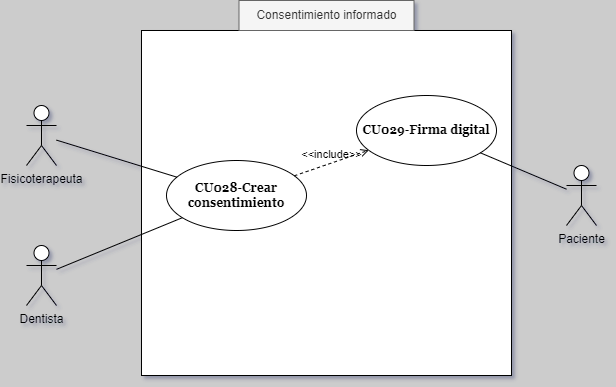
Above: DiagraCasosDeUso/Consentimiento.png in CH3MOO/SpecialityX (draw.io), before the change. Source tidied: cells renumbered, new cells last; positions are measured from the earlier drawing's top-left corner, leaving out a move shared by most shapes. Its diagram source:
```xml
<mxGraphModel background="#CCCCCC" shadow="1">
  <root>
    <mxCell id="0" />
    <mxCell id="1" parent="0" />
    <mxCell id="2" style="rounded=0;whiteSpace=wrap;html=1;" parent="1" vertex="1">
      <mxGeometry x="115" y="30" width="370" height="345" as="geometry" />
    </mxCell>
    <mxCell id="3" value="Dentista" style="shape=umlActor;verticalLabelPosition=bottom;verticalAlign=top;html=1;" parent="1" vertex="1">
      <mxGeometry y="245" width="30" height="60" as="geometry" />
    </mxCell>
    <mxCell id="4" value="CU028-Crear consentimiento" style="ellipse;whiteSpace=wrap;html=1;fontFamily=Georgia;fontStyle=1;" parent="1" vertex="1">
      <mxGeometry x="140" y="160" width="140" height="70" as="geometry" />
    </mxCell>
    <mxCell id="5" style="endArrow=none;html=1;rounded=0;" parent="1" edge="1" source="3" target="4">
      <mxGeometry relative="1" as="geometry" />
    </mxCell>
    <mxCell id="6" value="Consentimiento informado" style="text;html=1;align=center;verticalAlign=middle;whiteSpace=wrap;rounded=0;fillColor=#f5f5f5;strokeColor=#666666;fontColor=#333333;" parent="1" vertex="1">
      <mxGeometry x="212.5" width="175" height="30" as="geometry" />
    </mxCell>
    <mxCell id="7" value="Paciente" style="shape=umlActor;verticalLabelPosition=bottom;verticalAlign=top;html=1;outlineConnect=0;" parent="1" vertex="1">
      <mxGeometry x="540" y="165" width="30" height="60" as="geometry" />
    </mxCell>
    <mxCell id="8" value="&amp;lt;&amp;lt;include&amp;gt;&amp;gt;" style="html=1;verticalAlign=bottom;labelBackgroundColor=none;endArrow=open;endFill=0;dashed=1;rounded=0;" parent="1" edge="1" source="4" target="9">
      <mxGeometry relative="1" as="geometry" />
    </mxCell>
    <mxCell id="9" value="CU029-Firma digital" style="ellipse;whiteSpace=wrap;html=1;fontFamily=Georgia;fontStyle=1;" parent="1" vertex="1">
      <mxGeometry x="330" y="95" width="140" height="70" as="geometry" />
    </mxCell>
    <mxCell id="10" style="endArrow=none;html=1;rounded=0;" parent="1" edge="1" source="9" target="7">
      <mxGeometry relative="1" as="geometry" />
    </mxCell>
    <mxCell id="11" value="Fisicoterapeuta" style="shape=umlActor;verticalLabelPosition=bottom;verticalAlign=top;html=1;" parent="1" vertex="1">
      <mxGeometry y="105" width="30" height="60" as="geometry" />
    </mxCell>
    <mxCell id="12" style="endArrow=none;html=1;rounded=0;" parent="1" edge="1" source="11" target="4">
      <mxGeometry relative="1" as="geometry" />
    </mxCell>
  </root>
</mxGraphModel>
```
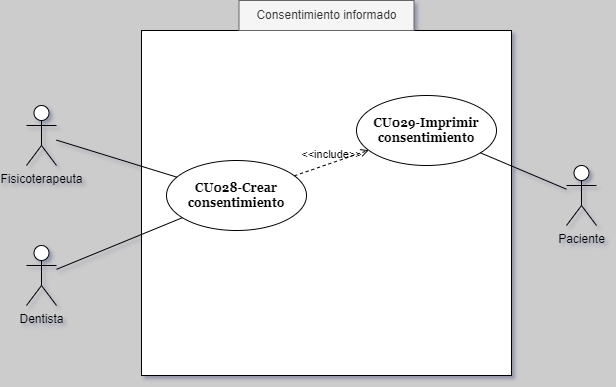
The same diagram one commit later.

The edit, as a diff of the source:
```diff
@@ -23,7 +23,7 @@
     <mxCell id="8" value="&amp;lt;&amp;lt;include&amp;gt;&amp;gt;" style="html=1;verticalAlign=bottom;labelBackgroundColor=none;endArrow=open;endFill=0;dashed=1;rounded=0;" parent="1" edge="1" source="4" target="9">
       <mxGeometry relative="1" as="geometry" />
     </mxCell>
-    <mxCell id="9" value="CU029-Firma digital" style="ellipse;whiteSpace=wrap;html=1;fontFamily=Georgia;fontStyle=1;" parent="1" vertex="1">
+    <mxCell id="9" value="CU029-Imprimir consentimiento" style="ellipse;whiteSpace=wrap;html=1;fontFamily=Georgia;fontStyle=1;" parent="1" vertex="1">
       <mxGeometry x="330" y="95" width="140" height="70" as="geometry" />
     </mxCell>
     <mxCell id="10" style="endArrow=none;html=1;rounded=0;" parent="1" edge="1" source="9" target="7">
```
